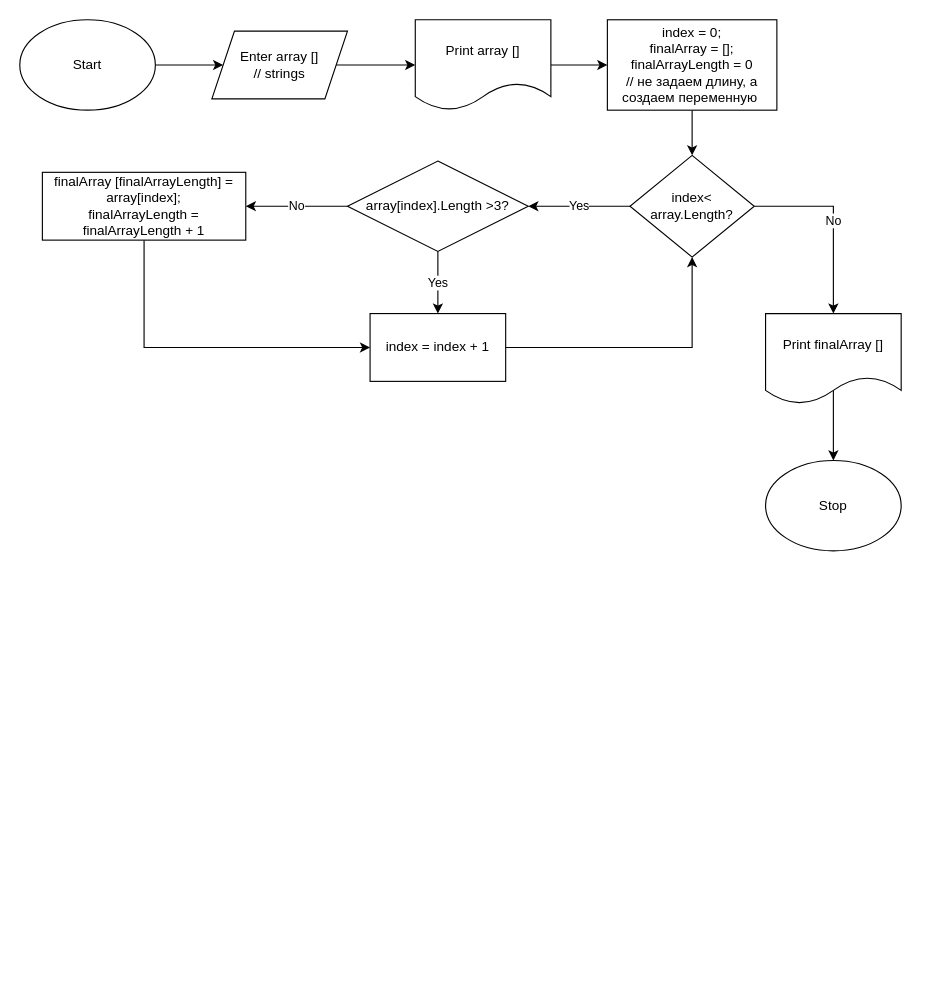
OksanaLebedeva/Tests keeps this draw.io diagram as FirstCheckWork.drawio. Above is the earlier version. Source tidied: cells renumbered, new cells numbered last; positions are measured from the earlier drawing's top-left corner, leaving out a move shared by most shapes. Both pictures are drawn from the tidied source at 113%, with x=0, y=0 at pixel (19, 19).
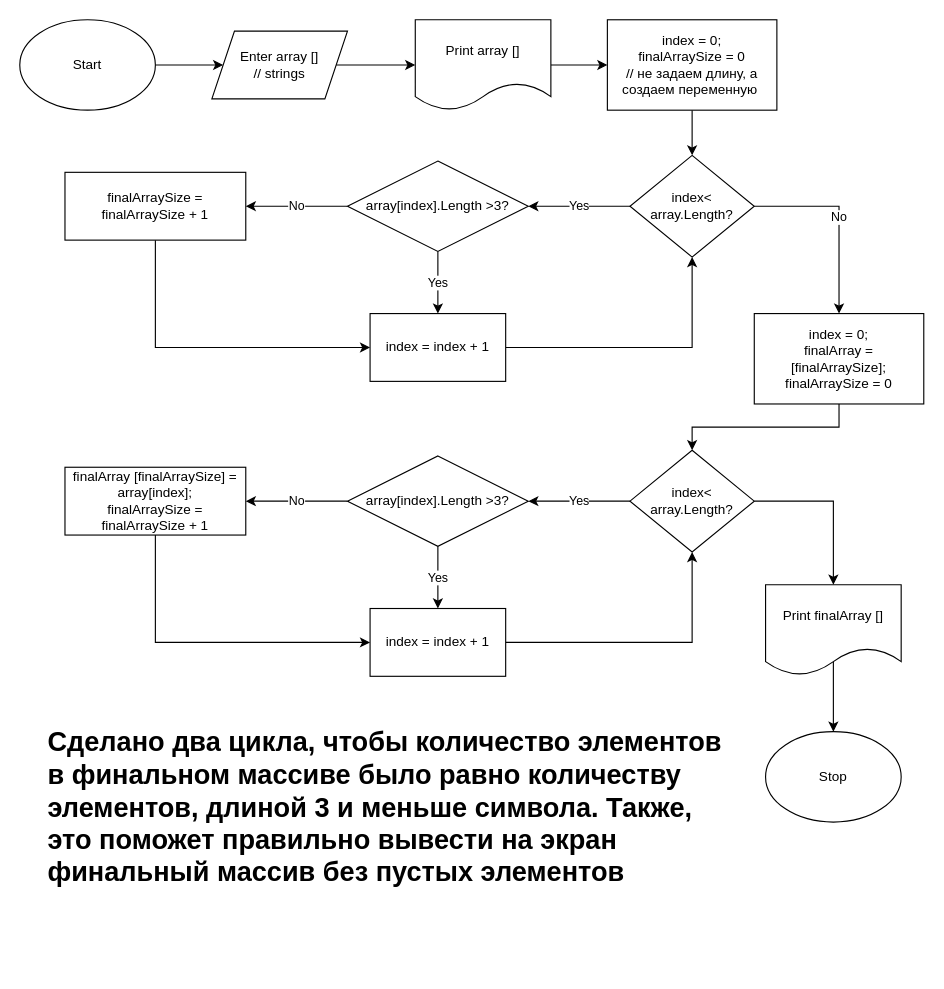
The same diagram, later.

Commit message:
Added graph algorithm UPD

Unchanged cells that the change refers to:
```xml
<mxCell id="14" value="index&amp;lt;&lt;br&gt;array.Length?" style="rhombus;whiteSpace=wrap;html=1;" parent="1" vertex="1">
  <mxGeometry x="540" y="120" width="110" height="90" as="geometry" />
</mxCell>
```

What changed in the source:
```diff
@@
     <mxCell id="5" value="Stop" style="ellipse;whiteSpace=wrap;html=1;" parent="1" vertex="1">
-      <mxGeometry x="660" y="390" width="120" height="80" as="geometry" />
+      <mxGeometry x="660" y="630" width="120" height="80" as="geometry" />
     </mxCell>
@@
-    <mxCell id="11" value="index = 0;&lt;br&gt;finalArray = [];&lt;br&gt;finalArrayLength = 0&lt;br&gt;// не задаем длину, а создаем переменную&amp;nbsp;" style="rounded=0;whiteSpace=wrap;html=1;" parent="1" vertex="1">
+    <mxCell id="11" value="index = 0;&lt;br&gt;finalArraySize = 0&lt;br&gt;// не задаем длину, а создаем переменную&amp;nbsp;" style="rounded=0;whiteSpace=wrap;html=1;" parent="1" vertex="1">
       <mxGeometry x="520" width="150" height="80" as="geometry" />
     </mxCell>
-    <mxCell id="12" value="No" style="edgeStyle=orthogonalEdgeStyle;rounded=0;jettySize=auto;html=1;exitX=1;exitY=0.5;exitDx=0;exitDy=0;entryX=0.5;entryY=0;entryDx=0;entryDy=0;" parent="1" edge="1" source="14" target="18">
+    <mxCell id="12" value="No" style="edgeStyle=orthogonalEdgeStyle;rounded=0;jettySize=auto;html=1;exitX=1;exitY=0.5;exitDx=0;exitDy=0;entryX=0.5;entryY=0;entryDx=0;entryDy=0;" parent="1" edge="1" source="14" target="34">
       <mxGeometry relative="1" as="geometry" />
     </mxCell>
@@
     <mxCell id="18" value="Print finalArray []" style="shape=document;whiteSpace=wrap;html=1;boundedLbl=1;" parent="1" vertex="1">
-      <mxGeometry x="660" y="260" width="120" height="80" as="geometry" />
+      <mxGeometry x="660" y="500" width="120" height="80" as="geometry" />
     </mxCell>
@@
-    <mxCell id="22" value="finalArray [finalArrayLength] =&lt;br&gt;array[index];&lt;br&gt;finalArrayLength = finalArrayLength + 1" style="rounded=0;whiteSpace=wrap;html=1;" parent="1" vertex="1">
-      <mxGeometry x="20" y="135" width="180" height="60" as="geometry" />
+    <mxCell id="22" value="finalArraySize = finalArraySize + 1" style="rounded=0;whiteSpace=wrap;html=1;" parent="1" vertex="1">
+      <mxGeometry x="40" y="135" width="160" height="60" as="geometry" />
     </mxCell>
+    <mxCell id="23" value="Yes" style="edgeStyle=orthogonalEdgeStyle;rounded=0;jettySize=auto;html=1;exitX=0;exitY=0.5;exitDx=0;exitDy=0;entryX=1;entryY=0.5;entryDx=0;entryDy=0;" parent="1" edge="1" source="25" target="28">
+      <mxGeometry relative="1" as="geometry" />
+    </mxCell>
+    <mxCell id="24" style="edgeStyle=orthogonalEdgeStyle;rounded=0;jettySize=auto;html=1;exitX=1;exitY=0.5;exitDx=0;exitDy=0;entryX=0.5;entryY=0;entryDx=0;entryDy=0;" parent="1" edge="1" source="25" target="18">
+      <mxGeometry relative="1" as="geometry" />
+    </mxCell>
+    <mxCell id="25" value="index&amp;lt;&lt;br&gt;array.Length?" style="rhombus;whiteSpace=wrap;html=1;" parent="1" vertex="1">
+      <mxGeometry x="540" y="381" width="110" height="90" as="geometry" />
+    </mxCell>
+    <mxCell id="26" value="Yes" style="edgeStyle=orthogonalEdgeStyle;rounded=0;jettySize=auto;html=1;exitX=0.5;exitY=1;exitDx=0;exitDy=0;entryX=0.5;entryY=0;entryDx=0;entryDy=0;" parent="1" edge="1" source="28" target="30">
+      <mxGeometry relative="1" as="geometry" />
+    </mxCell>
+    <mxCell id="27" value="No" style="edgeStyle=orthogonalEdgeStyle;rounded=0;jettySize=auto;html=1;exitX=0;exitY=0.5;exitDx=0;exitDy=0;entryX=1;entryY=0.5;entryDx=0;entryDy=0;" parent="1" edge="1" source="28" target="32">
+      <mxGeometry relative="1" as="geometry" />
+    </mxCell>
+    <mxCell id="28" value="array[index].Length &amp;gt;3?" style="rhombus;whiteSpace=wrap;html=1;" parent="1" vertex="1">
+      <mxGeometry x="290" y="386" width="160" height="80" as="geometry" />
+    </mxCell>
+    <mxCell id="29" style="edgeStyle=orthogonalEdgeStyle;rounded=0;jettySize=auto;html=1;exitX=1;exitY=0.5;exitDx=0;exitDy=0;entryX=0.5;entryY=1;entryDx=0;entryDy=0;" parent="1" edge="1" source="30" target="25">
+      <mxGeometry relative="1" as="geometry" />
+    </mxCell>
+    <mxCell id="30" value="index = index + 1" style="rounded=0;whiteSpace=wrap;html=1;" parent="1" vertex="1">
+      <mxGeometry x="310" y="521" width="120" height="60" as="geometry" />
+    </mxCell>
+    <mxCell id="31" style="edgeStyle=orthogonalEdgeStyle;rounded=0;jettySize=auto;html=1;exitX=0.5;exitY=1;exitDx=0;exitDy=0;entryX=0;entryY=0.5;entryDx=0;entryDy=0;" parent="1" edge="1" source="32" target="30">
+      <mxGeometry relative="1" as="geometry" />
+    </mxCell>
+    <mxCell id="32" value="finalArray [finalArraySize] =&lt;br style=&quot;border-color: var(--border-color);&quot;&gt;&lt;span style=&quot;border-color: var(--border-color);&quot;&gt;array[index];&lt;br&gt;&lt;/span&gt;finalArraySize = finalArraySize + 1" style="rounded=0;whiteSpace=wrap;html=1;" parent="1" vertex="1">
+      <mxGeometry x="40" y="396" width="160" height="60" as="geometry" />
+    </mxCell>
+    <mxCell id="33" style="edgeStyle=orthogonalEdgeStyle;rounded=0;jettySize=auto;html=1;exitX=0.5;exitY=1;exitDx=0;exitDy=0;entryX=0.5;entryY=0;entryDx=0;entryDy=0;" parent="1" edge="1" source="34" target="25">
+      <mxGeometry relative="1" as="geometry" />
+    </mxCell>
+    <mxCell id="34" value="index = 0;&lt;br&gt;finalArray = [finalArraySize];&lt;br&gt;finalArraySize = 0" style="rounded=0;whiteSpace=wrap;html=1;" parent="1" vertex="1">
+      <mxGeometry x="650" y="260" width="150" height="80" as="geometry" />
+    </mxCell>
+    <mxCell id="35" value="&lt;h1&gt;Сделано два цикла, чтобы количество элементов в финальном массиве было равно количеству элементов, длиной 3 и меньше символа. Также, это поможет правильно вывести на экран финальный массив без пустых элементов&lt;/h1&gt;" style="text;html=1;strokeColor=none;fillColor=none;spacing=5;spacingTop=-20;whiteSpace=wrap;overflow=hidden;rounded=0;" parent="1" vertex="1">
+      <mxGeometry x="20" y="620" width="610" height="220" as="geometry" />
+    </mxCell>
```
